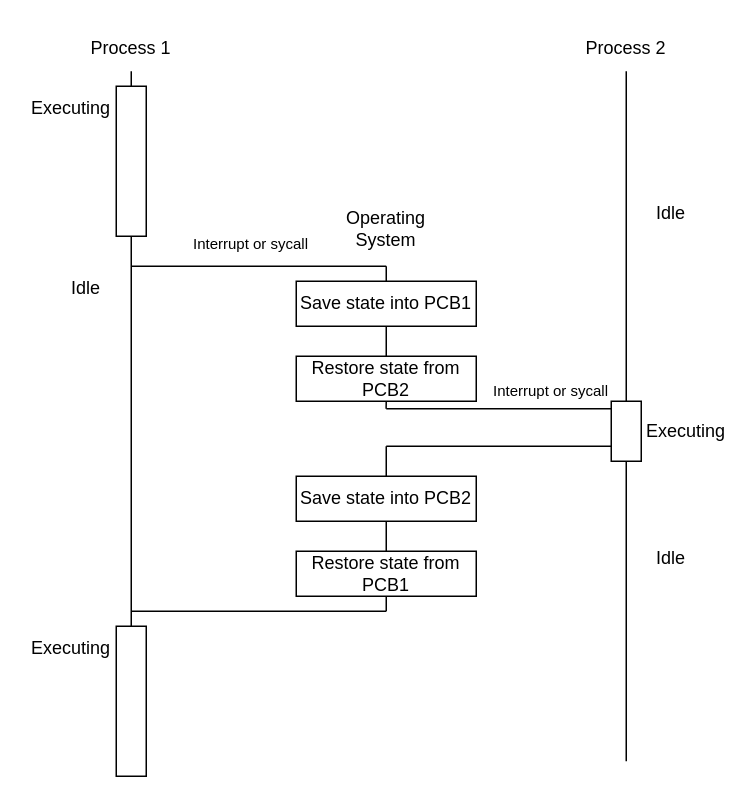
Above: ContextSwitch.drawio in kieranknowles1/ComputerNetworksAssignment (draw.io), before the change. Source tidied: cells renumbered, new cells numbered last; positions are measured from the earlier drawing's top-left corner, leaving out a move shared by most shapes. Both pictures are drawn from the tidied source at 150%, with x=0, y=0 at pixel (26, 26).
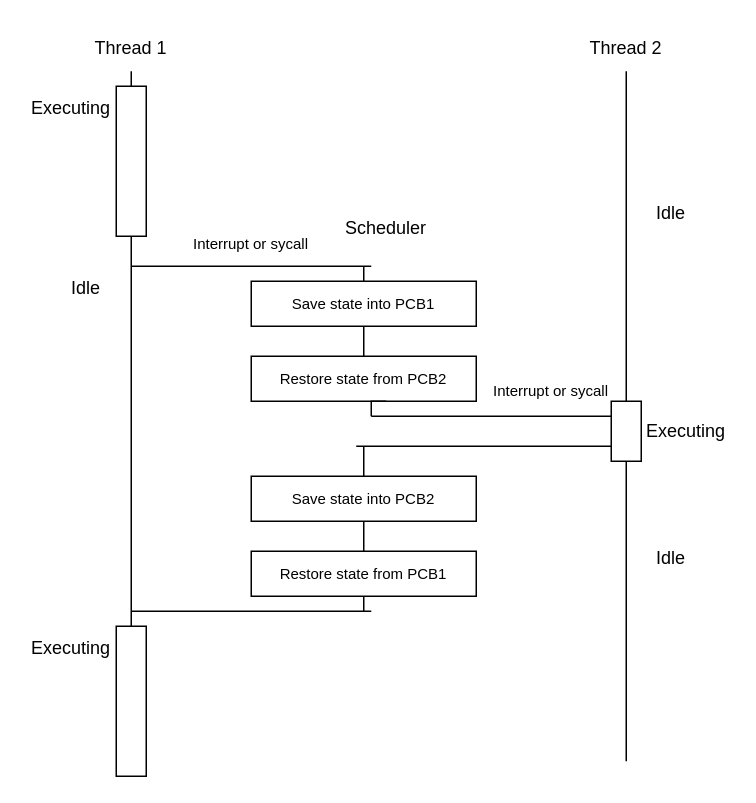
After the change.

Commit message (it also covers changes not shown here):
Answer context switch question

Unchanged cells that the change refers to:
```xml
<mxCell id="22" style="rounded=0;whiteSpace=wrap;html=1;" parent="1" vertex="1">
  <mxGeometry x="390" y="250" width="20" height="40" as="geometry" />
</mxCell>
```

What changed in the source:
```diff
@@
-    <mxCell id="2" value="Process 1" style="text;html=1;strokeColor=none;fillColor=none;align=center;verticalAlign=middle;whiteSpace=wrap;rounded=0;" parent="1" vertex="1">
+    <mxCell id="2" value="Thread 1" style="text;html=1;strokeColor=none;fillColor=none;align=center;verticalAlign=middle;whiteSpace=wrap;rounded=0;" parent="1" vertex="1">
       <mxGeometry x="40" width="60" height="30" as="geometry" />
     </mxCell>
-    <mxCell id="3" value="Process 2" style="text;html=1;strokeColor=none;fillColor=none;align=center;verticalAlign=middle;whiteSpace=wrap;rounded=0;" parent="1" vertex="1">
+    <mxCell id="3" value="Thread 2" style="text;html=1;strokeColor=none;fillColor=none;align=center;verticalAlign=middle;whiteSpace=wrap;rounded=0;" parent="1" vertex="1">
       <mxGeometry x="370" width="60" height="30" as="geometry" />
     </mxCell>
@@
-    <mxCell id="8" value="Save state into PCB1" style="rounded=0;whiteSpace=wrap;html=1;" parent="1" vertex="1">
-      <mxGeometry x="180" y="170" width="120" height="30" as="geometry" />
+    <mxCell id="8" value="&lt;font style=&quot;font-size: 10px;&quot;&gt;Save state into PCB1&lt;/font&gt;" style="rounded=0;whiteSpace=wrap;html=1;" parent="1" vertex="1">
+      <mxGeometry x="150" y="170" width="150" height="30" as="geometry" />
     </mxCell>
-    <mxCell id="9" value="Restore state from PCB2" style="rounded=0;whiteSpace=wrap;html=1;" parent="1" vertex="1">
-      <mxGeometry x="180" y="220" width="120" height="30" as="geometry" />
+    <mxCell id="9" value="&lt;font style=&quot;font-size: 10px;&quot;&gt;Restore state from PCB2&lt;/font&gt;" style="rounded=0;whiteSpace=wrap;html=1;" parent="1" vertex="1">
+      <mxGeometry x="150" y="220" width="150" height="30" as="geometry" />
     </mxCell>
-    <mxCell id="10" value="Save state into PCB2" style="rounded=0;whiteSpace=wrap;html=1;" parent="1" vertex="1">
-      <mxGeometry x="180" y="300" width="120" height="30" as="geometry" />
+    <mxCell id="10" value="&lt;font style=&quot;font-size: 10px;&quot;&gt;Save state into PCB2&lt;/font&gt;" style="rounded=0;whiteSpace=wrap;html=1;" parent="1" vertex="1">
+      <mxGeometry x="150" y="300" width="150" height="30" as="geometry" />
     </mxCell>
-    <mxCell id="11" value="Restore state from PCB1" style="rounded=0;whiteSpace=wrap;html=1;" parent="1" vertex="1">
-      <mxGeometry x="180" y="350" width="120" height="30" as="geometry" />
+    <mxCell id="11" value="&lt;font style=&quot;font-size: 10px;&quot;&gt;Restore state from PCB1&lt;/font&gt;" style="rounded=0;whiteSpace=wrap;html=1;" parent="1" vertex="1">
+      <mxGeometry x="150" y="350" width="150" height="30" as="geometry" />
     </mxCell>
     <mxCell id="12" style="endArrow=none;html=1;rounded=0;" parent="1" edge="1">
       <mxGeometry relative="1" as="geometry">
         <mxPoint x="70" y="160" as="sourcePoint" />
-        <mxPoint x="240" y="160" as="targetPoint" />
+        <mxPoint x="230" y="160" as="targetPoint" />
       </mxGeometry>
     </mxCell>
     <mxCell id="13" style="endArrow=none;html=1;rounded=0;exitX=0.5;exitY=0;exitDx=0;exitDy=0;" parent="1" edge="1" source="8">
       <mxGeometry relative="1" as="geometry">
-        <mxPoint x="240" y="160" as="targetPoint" />
+        <mxPoint x="225" y="160" as="targetPoint" />
       </mxGeometry>
     </mxCell>
@@
-    <mxCell id="24" style="endArrow=none;html=1;rounded=0;entryX=0;entryY=0.125;entryDx=0;entryDy=0;entryPerimeter=0;" parent="1" edge="1" target="22">
+    <mxCell id="24" style="endArrow=none;html=1;rounded=0;entryX=0;entryY=0.25;entryDx=0;entryDy=0;" parent="1" edge="1" target="22">
       <mxGeometry relative="1" as="geometry">
-        <mxPoint x="240" y="255" as="sourcePoint" />
+        <mxPoint x="230" y="260" as="sourcePoint" />
       </mxGeometry>
     </mxCell>
     <mxCell id="25" style="endArrow=none;html=1;rounded=0;entryX=0;entryY=0.75;entryDx=0;entryDy=0;" parent="1" edge="1" target="22">
       <mxGeometry relative="1" as="geometry">
-        <mxPoint x="240" y="280" as="sourcePoint" />
+        <mxPoint x="220" y="280" as="sourcePoint" />
       </mxGeometry>
     </mxCell>
     <mxCell id="26" style="endArrow=none;html=1;rounded=0;" parent="1" edge="1" source="10">
       <mxGeometry relative="1" as="geometry">
-        <mxPoint x="240" y="280" as="targetPoint" />
+        <mxPoint x="225" y="280" as="targetPoint" />
       </mxGeometry>
     </mxCell>
     <mxCell id="27" style="endArrow=none;html=1;rounded=0;" parent="1" edge="1">
       <mxGeometry relative="1" as="geometry">
         <mxPoint x="70" y="390" as="sourcePoint" />
-        <mxPoint x="240" y="390" as="targetPoint" />
+        <mxPoint x="230" y="390" as="targetPoint" />
       </mxGeometry>
     </mxCell>
     <mxCell id="28" style="endArrow=none;html=1;rounded=0;" parent="1" edge="1" target="11">
       <mxGeometry relative="1" as="geometry">
-        <mxPoint x="240" y="390" as="sourcePoint" />
+        <mxPoint x="225" y="390" as="sourcePoint" />
       </mxGeometry>
     </mxCell>
-    <mxCell id="29" value="Operating System" style="text;html=1;strokeColor=none;fillColor=none;align=center;verticalAlign=middle;whiteSpace=wrap;rounded=0;" parent="1" vertex="1">
+    <mxCell id="29" value="Scheduler" style="text;html=1;strokeColor=none;fillColor=none;align=center;verticalAlign=middle;whiteSpace=wrap;rounded=0;" parent="1" vertex="1">
       <mxGeometry x="210" y="120" width="60" height="30" as="geometry" />
     </mxCell>
@@
     <mxCell id="32" style="endArrow=none;html=1;rounded=0;" parent="1" edge="1">
       <mxGeometry relative="1" as="geometry">
-        <mxPoint x="239.9" y="255" as="sourcePoint" />
+        <mxPoint x="230" y="260" as="sourcePoint" />
         <mxPoint x="240" y="250" as="targetPoint" />
+        <Array as="points">
+          <mxPoint x="230" y="250" />
+        </Array>
       </mxGeometry>
     </mxCell>
```
